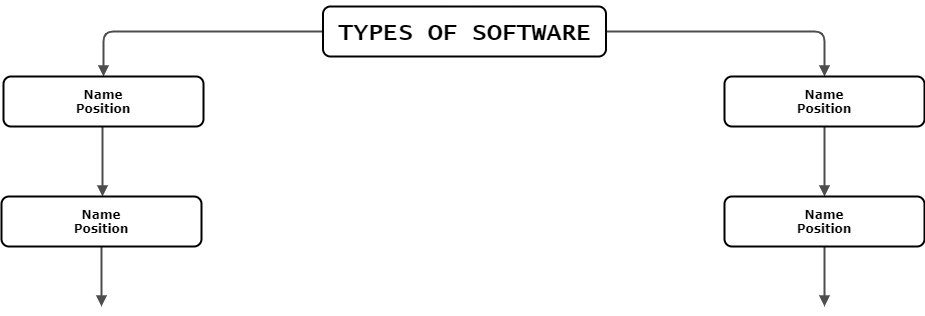
Above: CA_practical_asignment.png in JXTK/app.diagrams.net (draw.io), before the change. Source tidied: cells renumbered, new cells last; positions are measured from the earlier drawing's top-left corner, leaving out a move shared by most shapes.
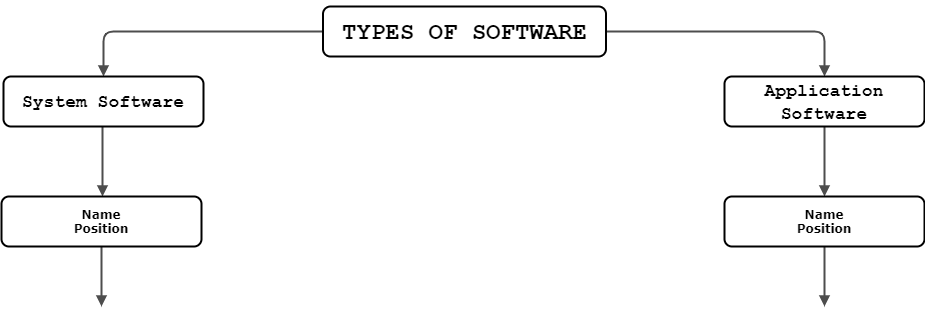
After the change.

Change to the diagram source:
```diff
@@ -24,16 +24,16 @@
         <mxPoint x="100" y="300" as="targetPoint" />
       </mxGeometry>
     </mxCell>
-    <mxCell id="8" value="Name&lt;div&gt;&lt;span&gt;Position&lt;/span&gt;&lt;/div&gt;" style="whiteSpace=wrap;html=1;rounded=1;shadow=0;comic=0;strokeWidth=2;fontFamily=Verdana;align=center;fontSize=12;fontStyle=1;" parent="1" vertex="1">
+    <mxCell id="8" value="&lt;h2&gt;&lt;font face=&quot;Courier New&quot;&gt;System Software&lt;/font&gt;&lt;/h2&gt;" style="whiteSpace=wrap;html=1;rounded=1;shadow=0;comic=0;strokeWidth=2;fontFamily=Verdana;align=center;fontSize=12;fontStyle=1;" parent="1" vertex="1">
       <mxGeometry x="2" y="70" width="200" height="50" as="geometry" />
     </mxCell>
     <mxCell id="9" value="Name&lt;div&gt;&lt;span&gt;Position&lt;/span&gt;&lt;/div&gt;" style="whiteSpace=wrap;html=1;rounded=1;shadow=0;comic=0;strokeWidth=2;fontFamily=Verdana;align=center;fontSize=12;fontStyle=1;" parent="1" vertex="1">
       <mxGeometry y="190" width="200" height="50" as="geometry" />
     </mxCell>
-    <mxCell id="10" value="&lt;h1&gt;&lt;font face=&quot;Lucida Console&quot;&gt;TYPES OF SOFTWARE&lt;/font&gt;&lt;/h1&gt;" style="whiteSpace=wrap;html=1;rounded=1;shadow=0;comic=0;strokeWidth=2;fontFamily=Verdana;align=center;fontSize=12;fontStyle=1;" parent="1" vertex="1">
+    <mxCell id="10" value="&lt;h1&gt;&lt;font face=&quot;Courier New&quot;&gt;TYPES OF SOFTWARE&lt;/font&gt;&lt;/h1&gt;" style="whiteSpace=wrap;html=1;rounded=1;shadow=0;comic=0;strokeWidth=2;fontFamily=Verdana;align=center;fontSize=12;fontStyle=1;" parent="1" vertex="1">
       <mxGeometry x="321.5" width="283" height="50" as="geometry" />
     </mxCell>
-    <mxCell id="11" value="Name&lt;div&gt;&lt;span&gt;Position&lt;/span&gt;&lt;/div&gt;" style="whiteSpace=wrap;html=1;rounded=1;shadow=0;comic=0;strokeWidth=2;fontFamily=Verdana;align=center;fontSize=12;fontStyle=1;" parent="1" vertex="1">
+    <mxCell id="11" value="&lt;h2&gt;&lt;font face=&quot;Courier New&quot;&gt;Application Software&lt;/font&gt;&lt;/h2&gt;" style="whiteSpace=wrap;html=1;rounded=1;shadow=0;comic=0;strokeWidth=2;fontFamily=Verdana;align=center;fontSize=12;fontStyle=1;" parent="1" vertex="1">
       <mxGeometry x="723" y="70" width="200" height="50" as="geometry" />
     </mxCell>
     <mxCell id="12" value="Name&lt;div&gt;&lt;span&gt;Position&lt;/span&gt;&lt;/div&gt;" style="whiteSpace=wrap;html=1;rounded=1;shadow=0;comic=0;strokeWidth=2;fontFamily=Verdana;align=center;fontSize=12;fontStyle=1;" parent="1" vertex="1">
```
